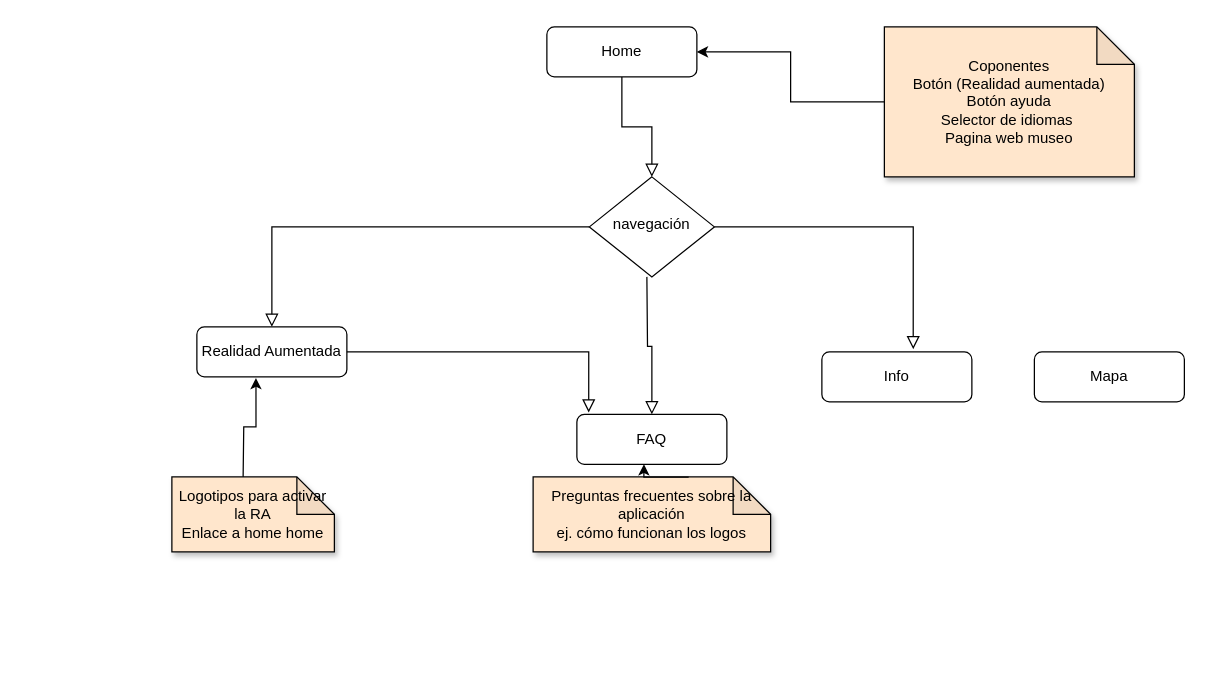
This is appventurers-application-diagram.drawio from webferrol/appventurers-doc, a draw.io file, before an edit. Source tidied: cells renumbered, new cells numbered last; positions are measured from the earlier drawing's top-left corner, leaving out a move shared by most shapes. Both pictures are drawn from the tidied source at 125%, with x=0, y=0 at pixel (171, 26).
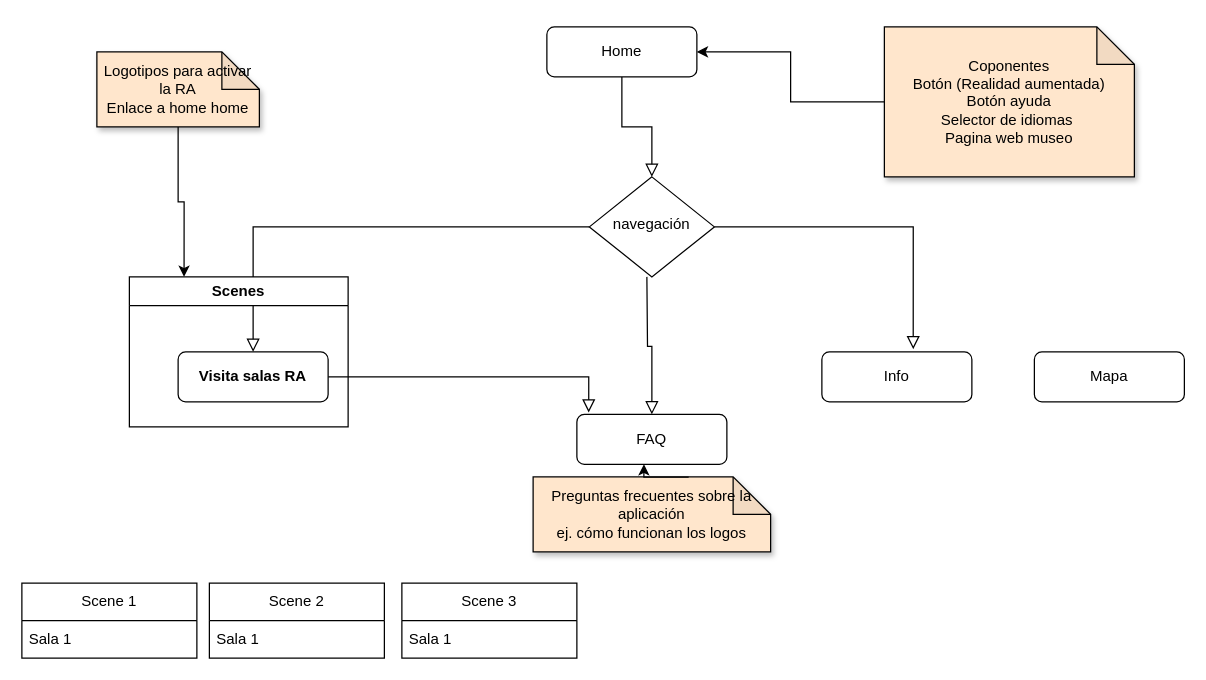
After the change.

What changed in the source:
```diff
@@
-    <mxCell id="6" value="Realidad Aumentada" style="rounded=1;whiteSpace=wrap;html=1;fontSize=12;glass=0;strokeWidth=1;shadow=0;" parent="1" vertex="1">
-      <mxGeometry x="20" y="240" width="120" height="40" as="geometry" />
-    </mxCell>
@@
     <mxCell id="9" value="Logotipos para activar la RA&lt;div&gt;Enlace a home home&lt;/div&gt;" style="shape=note;whiteSpace=wrap;html=1;backgroundOutline=1;darkOpacity=0.05;shadow=1;fillColor=#FFE6CC;" parent="1" vertex="1">
-      <mxGeometry y="360" width="130" height="60" as="geometry" />
+      <mxGeometry x="-60" y="20" width="130" height="60" as="geometry" />
     </mxCell>
-    <mxCell id="10" style="edgeStyle=orthogonalEdgeStyle;rounded=0;jettySize=auto;html=1;entryX=0.394;entryY=1.023;entryDx=0;entryDy=0;entryPerimeter=0;" parent="1" edge="1" target="6">
-      <mxGeometry relative="1" as="geometry">
-        <mxPoint x="57" y="360" as="sourcePoint" />
-      </mxGeometry>
+    <mxCell id="10" style="edgeStyle=orthogonalEdgeStyle;rounded=0;jettySize=auto;html=1;exitX=0.5;exitY=1;exitDx=0;exitDy=0;exitPerimeter=0;entryX=0.25;entryY=0;entryDx=0;entryDy=0;" parent="1" edge="1" source="9" target="19">
+      <mxGeometry relative="1" as="geometry" />
     </mxCell>
@@
+    <mxCell id="19" value="Scenes" style="swimlane;whiteSpace=wrap;html=1;" parent="1" vertex="1">
+      <mxGeometry x="-34" y="200" width="175" height="120" as="geometry" />
+    </mxCell>
+    <mxCell id="6" value="&lt;span style=&quot;font-weight: 700;&quot;&gt;Visita salas RA&lt;/span&gt;" style="rounded=1;whiteSpace=wrap;html=1;fontSize=12;glass=0;strokeWidth=1;shadow=0;" parent="1" vertex="1">
+      <mxGeometry x="5" y="260" width="120" height="40" as="geometry" />
+    </mxCell>
+    <mxCell id="20" value="Scene 1" style="swimlane;fontStyle=0;horizontal=1;startSize=30;whiteSpace=wrap;html=1;" parent="1" vertex="1">
+      <mxGeometry x="-120" y="445" width="140" height="60" as="geometry" />
+    </mxCell>
+    <mxCell id="21" value="Sala 1" style="text;strokeColor=none;fillColor=none;align=left;verticalAlign=middle;spacingLeft=4;spacingRight=4;overflow=hidden;whiteSpace=wrap;html=1;" parent="20" vertex="1">
+      <mxGeometry y="30" width="140" height="30" as="geometry" />
+    </mxCell>
+    <mxCell id="22" value="Scene 2" style="swimlane;fontStyle=0;horizontal=1;startSize=30;whiteSpace=wrap;html=1;" parent="1" vertex="1">
+      <mxGeometry x="30" y="445" width="140" height="60" as="geometry" />
+    </mxCell>
+    <mxCell id="23" value="Sala 1" style="text;strokeColor=none;fillColor=none;align=left;verticalAlign=middle;spacingLeft=4;spacingRight=4;overflow=hidden;whiteSpace=wrap;html=1;" parent="22" vertex="1">
+      <mxGeometry y="30" width="140" height="30" as="geometry" />
+    </mxCell>
+    <mxCell id="24" value="Scene 3" style="swimlane;fontStyle=0;horizontal=1;startSize=30;whiteSpace=wrap;html=1;" parent="1" vertex="1">
+      <mxGeometry x="184" y="445" width="140" height="60" as="geometry" />
+    </mxCell>
+    <mxCell id="25" value="Sala 1" style="text;strokeColor=none;fillColor=none;align=left;verticalAlign=middle;spacingLeft=4;spacingRight=4;overflow=hidden;whiteSpace=wrap;html=1;" parent="24" vertex="1">
+      <mxGeometry y="30" width="140" height="30" as="geometry" />
+    </mxCell>
```
